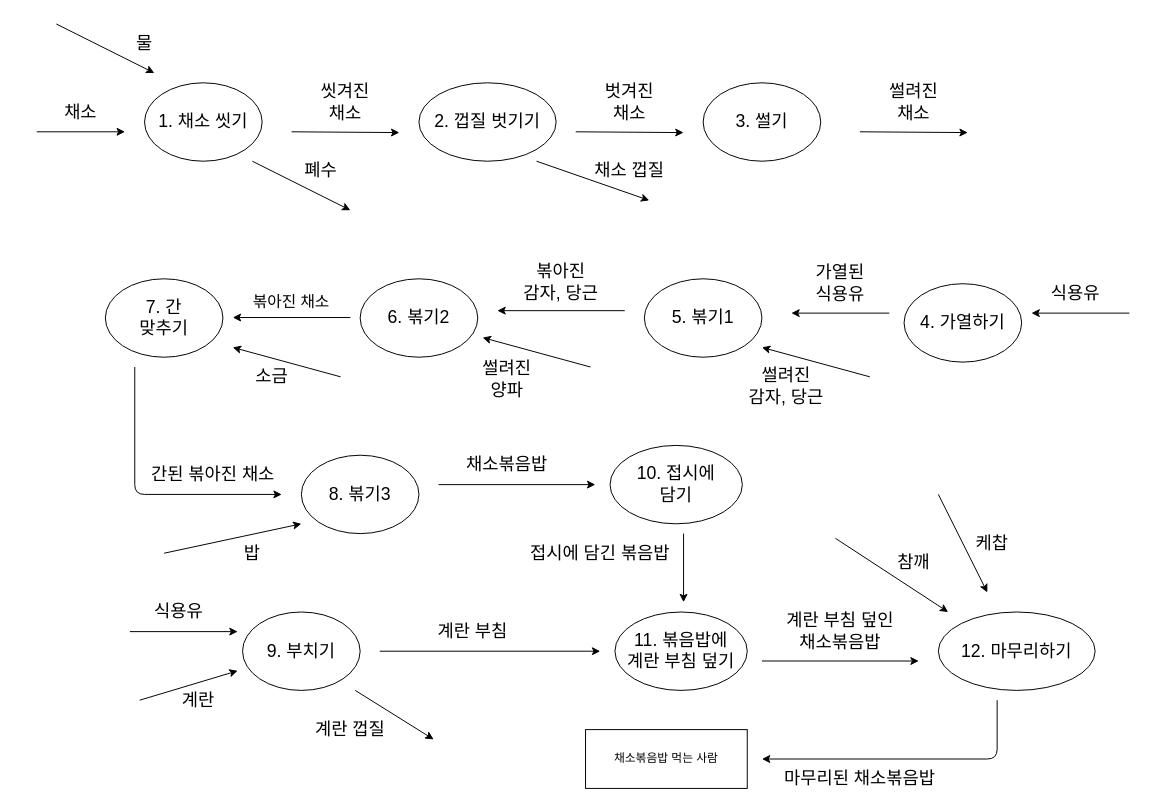
This is Untitled Diagram.drawio from jgy2808/Algorithm, a draw.io file, before an edit. Source tidied: cells renumbered, new cells numbered last; positions are measured from the earlier drawing's top-left corner, leaving out a move shared by most shapes. Both pictures are drawn from the tidied source at 98%, with x=0, y=0 at pixel (17, 24).
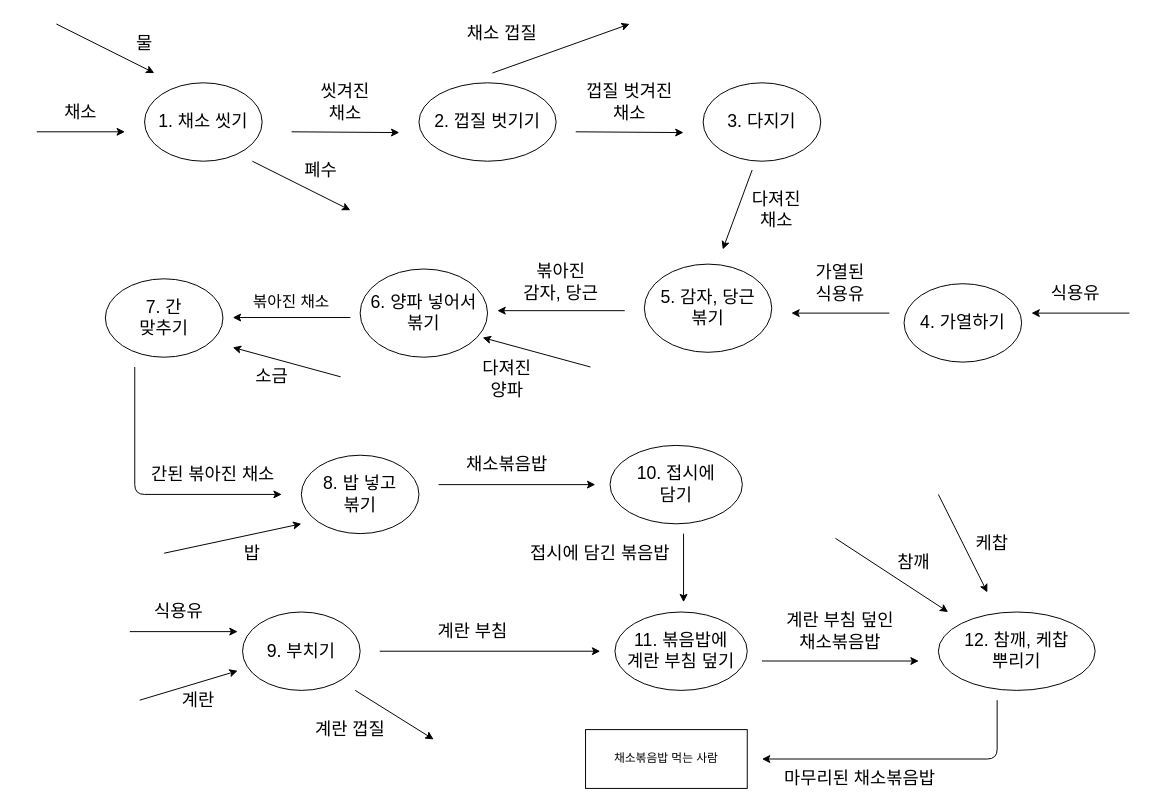
Above is the later version.

Change to the diagram source:
```diff
@@
-    <mxCell id="11" value="&lt;font style=&quot;font-size: 18px&quot;&gt;3. 썰기&lt;br&gt;&lt;/font&gt;" style="ellipse;whiteSpace=wrap;html=1;" parent="1" vertex="1">
+    <mxCell id="11" value="&lt;font style=&quot;font-size: 18px&quot;&gt;3. 다지기&lt;br&gt;&lt;/font&gt;" style="ellipse;whiteSpace=wrap;html=1;" parent="1" vertex="1">
       <mxGeometry x="700" y="60" width="120" height="80" as="geometry" />
     </mxCell>
-    <mxCell id="12" value="&lt;font style=&quot;font-size: 18px&quot;&gt;벗겨진&lt;br&gt;채소&lt;br&gt;&lt;/font&gt;" style="text;html=1;strokeColor=none;fillColor=none;align=center;verticalAlign=middle;whiteSpace=wrap;rounded=0;" parent="1" vertex="1">
+    <mxCell id="12" value="&lt;font style=&quot;font-size: 18px&quot;&gt;껍질 벗겨진&lt;br&gt;채소&lt;br&gt;&lt;/font&gt;" style="text;html=1;strokeColor=none;fillColor=none;align=center;verticalAlign=middle;whiteSpace=wrap;rounded=0;" parent="1" vertex="1">
       <mxGeometry x="530" y="70" width="190" height="20" as="geometry" />
     </mxCell>
     <mxCell id="13" style="endArrow=classic;html=1;" parent="1" edge="1">
       <mxGeometry relative="1" as="geometry">
-        <mxPoint x="860" y="110" as="sourcePoint" />
-        <mxPoint x="970" y="110.8" as="targetPoint" />
+        <mxPoint x="750" y="149" as="sourcePoint" />
+        <mxPoint x="720" y="230" as="targetPoint" />
       </mxGeometry>
     </mxCell>
@@
-    <mxCell id="15" value="&lt;font style=&quot;font-size: 18px&quot;&gt;썰려진&lt;br&gt;채소&lt;br&gt;&lt;/font&gt;" style="text;html=1;strokeColor=none;fillColor=none;align=center;verticalAlign=middle;whiteSpace=wrap;rounded=0;" parent="1" vertex="1">
-      <mxGeometry x="820" y="70" width="190" height="20" as="geometry" />
+    <mxCell id="15" value="&lt;font style=&quot;font-size: 18px&quot;&gt;다져진&lt;br&gt;채소&lt;br&gt;&lt;/font&gt;" style="text;html=1;strokeColor=none;fillColor=none;align=center;verticalAlign=middle;whiteSpace=wrap;rounded=0;" parent="1" vertex="1">
+      <mxGeometry x="680" y="180" width="190" height="20" as="geometry" />
     </mxCell>
     <mxCell id="16" style="endArrow=classic;html=1;" parent="1" edge="1">
       <mxGeometry relative="1" as="geometry">
-        <mxPoint x="530" y="140" as="sourcePoint" />
-        <mxPoint x="645" y="180" as="targetPoint" />
+        <mxPoint x="485" y="50" as="sourcePoint" />
+        <mxPoint x="625" as="targetPoint" />
       </mxGeometry>
     </mxCell>
     <mxCell id="17" value="&lt;font style=&quot;font-size: 18px&quot;&gt;채소 껍질&lt;br&gt;&lt;/font&gt;" style="text;html=1;strokeColor=none;fillColor=none;align=center;verticalAlign=middle;whiteSpace=wrap;rounded=0;" parent="1" vertex="1">
-      <mxGeometry x="530" y="140" width="190" height="20" as="geometry" />
+      <mxGeometry x="400" width="190" height="20" as="geometry" />
     </mxCell>
@@
-    <mxCell id="25" value="&lt;font style=&quot;font-size: 18px&quot;&gt;5. 볶기1&lt;br&gt;&lt;/font&gt;" style="ellipse;whiteSpace=wrap;html=1;" parent="1" vertex="1">
-      <mxGeometry x="640" y="260" width="120" height="80" as="geometry" />
+    <mxCell id="25" value="&lt;font style=&quot;font-size: 18px&quot;&gt;5. 감자, 당근&lt;br&gt;볶기&lt;br&gt;&lt;/font&gt;" style="ellipse;whiteSpace=wrap;html=1;" parent="1" vertex="1">
+      <mxGeometry x="640" y="245" width="130" height="90" as="geometry" />
     </mxCell>
-    <mxCell id="26" style="endArrow=classic;html=1;" parent="1" edge="1">
-      <mxGeometry relative="1" as="geometry">
-        <mxPoint x="870" y="360" as="sourcePoint" />
-        <mxPoint x="760" y="330" as="targetPoint" />
-      </mxGeometry>
-    </mxCell>
-    <mxCell id="27" value="&lt;font style=&quot;font-size: 18px&quot;&gt;썰려진&lt;br&gt;감자, 당근&lt;br&gt;&lt;/font&gt;" style="text;html=1;strokeColor=none;fillColor=none;align=center;verticalAlign=middle;whiteSpace=wrap;rounded=0;" parent="1" vertex="1">
-      <mxGeometry x="720" y="350" width="130" height="40" as="geometry" />
-    </mxCell>
@@
-    <mxCell id="30" value="&lt;font style=&quot;font-size: 18px&quot;&gt;6. 볶기2&lt;br&gt;&lt;/font&gt;" style="ellipse;whiteSpace=wrap;html=1;" parent="1" vertex="1">
-      <mxGeometry x="350" y="260" width="120" height="80" as="geometry" />
+    <mxCell id="30" value="&lt;font style=&quot;font-size: 18px&quot;&gt;6. 양파 넣어서&lt;br&gt;볶기&lt;br&gt;&lt;/font&gt;" style="ellipse;whiteSpace=wrap;html=1;" parent="1" vertex="1">
+      <mxGeometry x="350" y="250" width="130" height="90" as="geometry" />
     </mxCell>
@@
-    <mxCell id="32" value="&lt;font style=&quot;font-size: 18px&quot;&gt;썰려진&lt;br&gt;양파&lt;br&gt;&lt;/font&gt;" style="text;html=1;strokeColor=none;fillColor=none;align=center;verticalAlign=middle;whiteSpace=wrap;rounded=0;" parent="1" vertex="1">
+    <mxCell id="32" value="&lt;font style=&quot;font-size: 18px&quot;&gt;다져진&lt;br&gt;양파&lt;br&gt;&lt;/font&gt;" style="text;html=1;strokeColor=none;fillColor=none;align=center;verticalAlign=middle;whiteSpace=wrap;rounded=0;" parent="1" vertex="1">
       <mxGeometry x="460" y="335" width="80" height="55" as="geometry" />
     </mxCell>
@@
-    <mxCell id="37" value="&lt;font style=&quot;font-size: 18px&quot;&gt;8. 볶기3&lt;br&gt;&lt;/font&gt;" style="ellipse;whiteSpace=wrap;html=1;" parent="1" vertex="1">
+    <mxCell id="37" value="&lt;font style=&quot;font-size: 18px&quot;&gt;8. 밥 넣고&lt;br&gt;볶기&lt;br&gt;&lt;/font&gt;" style="ellipse;whiteSpace=wrap;html=1;" parent="1" vertex="1">
       <mxGeometry x="290" y="440" width="120" height="80" as="geometry" />
     </mxCell>
@@
-    <mxCell id="64" value="&lt;font style=&quot;font-size: 18px&quot;&gt;12. 마무리하기&lt;/font&gt;" style="ellipse;whiteSpace=wrap;html=1;" parent="1" vertex="1">
+    <mxCell id="64" value="&lt;font style=&quot;font-size: 18px&quot;&gt;12. 참깨, 케찹&lt;br&gt;뿌리기&lt;br&gt;&lt;/font&gt;" style="ellipse;whiteSpace=wrap;html=1;" parent="1" vertex="1">
       <mxGeometry x="940" y="600" width="160" height="80" as="geometry" />
     </mxCell>
@@
+    <mxCell id="67" style="edgeStyle=orthogonalEdgeStyle;rounded=0;orthogonalLoop=1;jettySize=auto;html=1;exitX=0.5;exitY=1;exitDx=0;exitDy=0;" parent="1" edge="1" source="17" target="17">
+      <mxGeometry relative="1" as="geometry" />
+    </mxCell>
```
